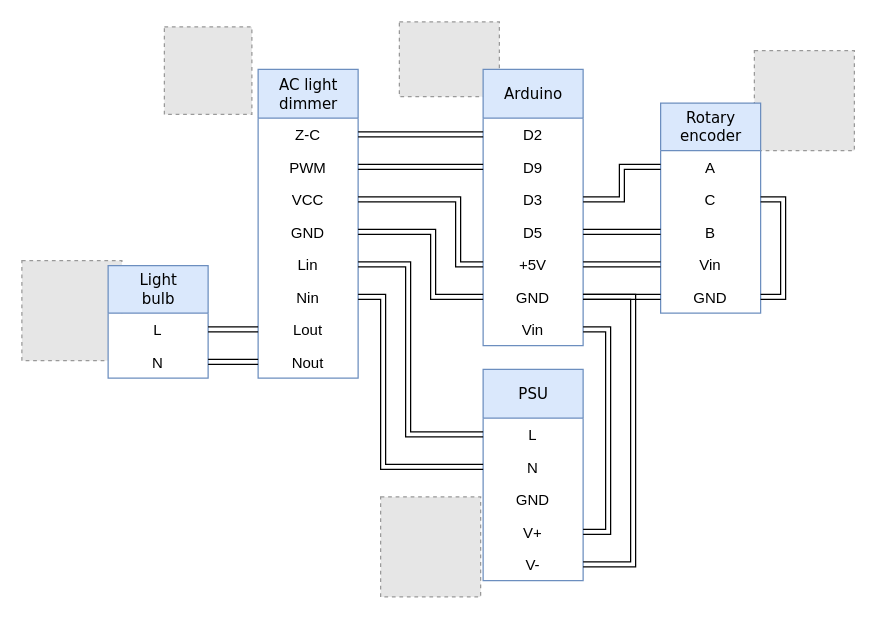
flboudoire/MFC-control keeps this draw.io diagram as circuit.drawio. Above is the earlier version. Source tidied: cells renumbered, new cells numbered last; positions are measured from the earlier drawing's top-left corner, leaving out a move shared by most shapes. Both pictures are drawn from the tidied source at 125%, with x=0, y=0 at pixel (21, 21). Pictures stored in the file or linked from it are replaced by grey dashed boxes.
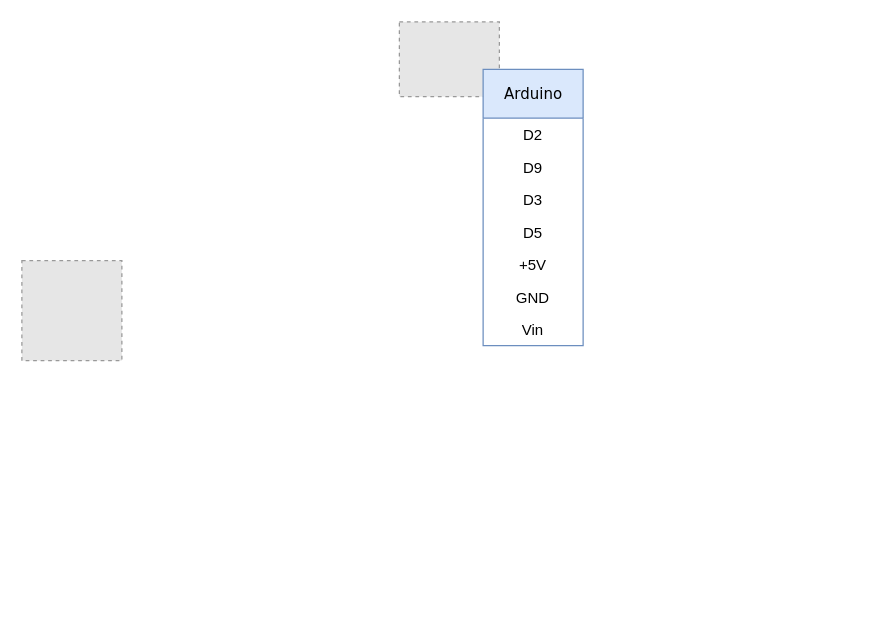
Above is the later version.

Unchanged cells that the change refers to:
```xml
<mxCell id="23" value="D2" style="text;html=1;strokeColor=none;fillColor=none;spacingLeft=4;spacingRight=4;whiteSpace=wrap;overflow=hidden;points=[[0,0.5],[1,0.5]];portConstraint=eastwest;align=center;" parent="22" vertex="1">
  <mxGeometry y="39" width="80" height="26" as="geometry" />
</mxCell>
<mxCell id="24" value="D9" style="text;html=1;strokeColor=none;fillColor=none;spacingLeft=4;spacingRight=4;whiteSpace=wrap;overflow=hidden;points=[[0,0.5],[1,0.5]];portConstraint=eastwest;align=center;" parent="22" vertex="1">
  <mxGeometry y="65" width="80" height="26" as="geometry" />
</mxCell>
<mxCell id="25" value="D3" style="text;html=1;strokeColor=none;fillColor=none;spacingLeft=4;spacingRight=4;whiteSpace=wrap;overflow=hidden;points=[[0,0.5],[1,0.5]];portConstraint=eastwest;align=center;" parent="22" vertex="1">
  <mxGeometry y="91" width="80" height="26" as="geometry" />
</mxCell>
<mxCell id="26" value="D5" style="text;html=1;strokeColor=none;fillColor=none;spacingLeft=4;spacingRight=4;whiteSpace=wrap;overflow=hidden;points=[[0,0.5],[1,0.5]];portConstraint=eastwest;align=center;" parent="22" vertex="1">
  <mxGeometry y="117" width="80" height="26" as="geometry" />
</mxCell>
<mxCell id="27" value="+5V" style="text;html=1;strokeColor=none;fillColor=none;spacingLeft=4;spacingRight=4;whiteSpace=wrap;overflow=hidden;points=[[0,0.5],[1,0.5]];portConstraint=eastwest;align=center;" parent="22" vertex="1">
  <mxGeometry y="143" width="80" height="26" as="geometry" />
</mxCell>
<mxCell id="28" value="GND" style="text;html=1;strokeColor=none;fillColor=none;spacingLeft=4;spacingRight=4;whiteSpace=wrap;overflow=hidden;points=[[0,0.5],[1,0.5]];portConstraint=eastwest;align=center;" parent="22" vertex="1">
  <mxGeometry y="169" width="80" height="26" as="geometry" />
</mxCell>
<mxCell id="29" value="Vin" style="text;html=1;strokeColor=none;fillColor=none;spacingLeft=4;spacingRight=4;whiteSpace=wrap;overflow=hidden;points=[[0,0.5],[1,0.5]];portConstraint=eastwest;align=center;" parent="22" vertex="1">
  <mxGeometry y="195" width="80" height="26" as="geometry" />
</mxCell>
```

Diff of the diagram source:
```diff
@@
-    <mxCell id="2" style="fillColor=#E6E6E6;strokeColor=#999999;dashed=1;verticalLabelPosition=bottom;labelBackgroundColor=#ffffff;verticalAlign=top;" parent="1" vertex="1">
-      <mxGeometry x="114" y="4" width="70" height="70" as="geometry" />
-    </mxCell>
-    <mxCell id="3" style="fillColor=#E6E6E6;strokeColor=#999999;dashed=1;verticalLabelPosition=bottom;labelBackgroundColor=#ffffff;verticalAlign=top;" parent="1" vertex="1">
-      <mxGeometry x="287" y="380" width="80" height="80" as="geometry" />
-    </mxCell>
-    <mxCell id="4" style="fillColor=#E6E6E6;strokeColor=#999999;dashed=1;verticalLabelPosition=bottom;labelBackgroundColor=#ffffff;verticalAlign=top;" parent="1" vertex="1">
-      <mxGeometry x="586" y="23" width="80" height="80" as="geometry" />
-    </mxCell>
@@
-    <mxCell id="7" value="&lt;div&gt;AC light&lt;/div&gt;&lt;div&gt;dimmer&lt;/div&gt;" style="swimlane;html=1;fontStyle=0;horizontal=1;startSize=39;fillColor=#dae8fc;swimlaneFillColor=#FFFFFF;align=center;rounded=0;shadow=0;comic=0;labelBackgroundColor=none;strokeColor=#6c8ebf;strokeWidth=1;fontFamily=Verdana;fontSize=12;glass=0;fixDash=0;" parent="1" vertex="1">
-      <mxGeometry x="189" y="38" width="80" height="247" as="geometry" />
-    </mxCell>
-    <mxCell id="8" value="Z-C" style="text;html=1;strokeColor=none;fillColor=none;spacingLeft=4;spacingRight=4;whiteSpace=wrap;overflow=hidden;points=[[0,0.5],[1,0.5]];portConstraint=eastwest;align=center;" parent="7" vertex="1">
-      <mxGeometry y="39" width="80" height="26" as="geometry" />
-    </mxCell>
-    <mxCell id="9" value="PWM" style="text;html=1;strokeColor=none;fillColor=none;spacingLeft=4;spacingRight=4;whiteSpace=wrap;overflow=hidden;points=[[0,0.5],[1,0.5]];portConstraint=eastwest;align=center;" parent="7" vertex="1">
-      <mxGeometry y="65" width="80" height="26" as="geometry" />
-    </mxCell>
-    <mxCell id="10" value="VCC" style="text;html=1;strokeColor=none;fillColor=none;spacingLeft=4;spacingRight=4;whiteSpace=wrap;overflow=hidden;points=[[0,0.5],[1,0.5]];portConstraint=eastwest;align=center;" parent="7" vertex="1">
-      <mxGeometry y="91" width="80" height="26" as="geometry" />
-    </mxCell>
-    <mxCell id="11" value="GND" style="text;html=1;strokeColor=none;fillColor=none;spacingLeft=4;spacingRight=4;whiteSpace=wrap;overflow=hidden;points=[[0,0.5],[1,0.5]];portConstraint=eastwest;align=center;" parent="7" vertex="1">
-      <mxGeometry y="117" width="80" height="26" as="geometry" />
-    </mxCell>
-    <mxCell id="12" value="Lin" style="text;html=1;strokeColor=none;fillColor=none;spacingLeft=4;spacingRight=4;whiteSpace=wrap;overflow=hidden;points=[[0,0.5],[1,0.5]];portConstraint=eastwest;align=center;" parent="7" vertex="1">
-      <mxGeometry y="143" width="80" height="26" as="geometry" />
-    </mxCell>
-    <mxCell id="13" value="Nin" style="text;html=1;strokeColor=none;fillColor=none;spacingLeft=4;spacingRight=4;whiteSpace=wrap;overflow=hidden;points=[[0,0.5],[1,0.5]];portConstraint=eastwest;align=center;" parent="7" vertex="1">
-      <mxGeometry y="169" width="80" height="26" as="geometry" />
-    </mxCell>
-    <mxCell id="14" value="&lt;div&gt;Lout&lt;/div&gt;" style="text;html=1;strokeColor=none;fillColor=none;spacingLeft=4;spacingRight=4;whiteSpace=wrap;overflow=hidden;points=[[0,0.5],[1,0.5]];portConstraint=eastwest;align=center;" parent="7" vertex="1">
-      <mxGeometry y="195" width="80" height="26" as="geometry" />
-    </mxCell>
-    <mxCell id="15" value="Nout" style="text;html=1;strokeColor=none;fillColor=none;spacingLeft=4;spacingRight=4;whiteSpace=wrap;overflow=hidden;points=[[0,0.5],[1,0.5]];portConstraint=eastwest;align=center;" parent="7" vertex="1">
-      <mxGeometry y="221" width="80" height="26" as="geometry" />
-    </mxCell>
-    <mxCell id="16" value="PSU" style="swimlane;html=1;fontStyle=0;horizontal=1;startSize=39;fillColor=#dae8fc;swimlaneFillColor=#ffffff;align=center;rounded=0;shadow=0;comic=0;labelBackgroundColor=none;strokeColor=#6c8ebf;strokeWidth=1;fontFamily=Verdana;fontSize=12;glass=0;fixDash=0;" parent="1" vertex="1">
-      <mxGeometry x="369" y="278" width="80" height="169" as="geometry" />
-    </mxCell>
-    <mxCell id="17" value="L" style="text;html=1;strokeColor=none;fillColor=none;spacingLeft=4;spacingRight=4;whiteSpace=wrap;overflow=hidden;points=[[0,0.5],[1,0.5]];portConstraint=eastwest;align=center;" parent="16" vertex="1">
-      <mxGeometry y="39" width="80" height="26" as="geometry" />
-    </mxCell>
-    <mxCell id="18" value="N" style="text;html=1;strokeColor=none;fillColor=none;spacingLeft=4;spacingRight=4;whiteSpace=wrap;overflow=hidden;points=[[0,0.5],[1,0.5]];portConstraint=eastwest;align=center;" parent="16" vertex="1">
-      <mxGeometry y="65" width="80" height="26" as="geometry" />
-    </mxCell>
-    <mxCell id="19" value="GND" style="text;html=1;strokeColor=none;fillColor=none;spacingLeft=4;spacingRight=4;whiteSpace=wrap;overflow=hidden;align=center;" parent="16" vertex="1">
-      <mxGeometry y="91" width="80" height="26" as="geometry" />
-    </mxCell>
-    <mxCell id="20" value="V+" style="text;html=1;strokeColor=none;fillColor=none;spacingLeft=4;spacingRight=4;whiteSpace=wrap;overflow=hidden;points=[[0,0.5],[1,0.5]];portConstraint=eastwest;align=center;" parent="16" vertex="1">
-      <mxGeometry y="117" width="80" height="26" as="geometry" />
-    </mxCell>
-    <mxCell id="21" value="V-" style="text;html=1;strokeColor=none;fillColor=none;spacingLeft=4;spacingRight=4;whiteSpace=wrap;overflow=hidden;points=[[0,0.5],[1,0.5]];portConstraint=eastwest;align=center;" parent="16" vertex="1">
-      <mxGeometry y="143" width="80" height="26" as="geometry" />
-    </mxCell>
@@
-    <mxCell id="30" style="edgeStyle=elbowEdgeStyle;shape=link;rounded=0;comic=0;jettySize=auto;html=1;exitX=0;exitY=0.5;exitDx=0;exitDy=0;entryX=1;entryY=0.5;entryDx=0;entryDy=0;" parent="1" edge="1" source="17" target="12">
-      <mxGeometry relative="1" as="geometry">
-        <Array as="points">
-          <mxPoint x="309" y="298" />
-        </Array>
-      </mxGeometry>
-    </mxCell>
-    <mxCell id="31" style="edgeStyle=elbowEdgeStyle;shape=link;rounded=0;comic=0;jettySize=auto;html=1;exitX=0;exitY=0.5;exitDx=0;exitDy=0;entryX=1;entryY=0.5;entryDx=0;entryDy=0;" parent="1" edge="1" source="18" target="13">
-      <mxGeometry relative="1" as="geometry">
-        <Array as="points">
-          <mxPoint x="289" y="318" />
-          <mxPoint x="339" y="168" />
-        </Array>
-      </mxGeometry>
-    </mxCell>
-    <mxCell id="32" value="&lt;div&gt;Light&lt;/div&gt;&lt;div&gt;bulb&lt;br&gt;&lt;/div&gt;" style="swimlane;html=1;fontStyle=0;horizontal=1;startSize=38;fillColor=#dae8fc;swimlaneFillColor=#ffffff;align=center;rounded=0;shadow=0;comic=0;labelBackgroundColor=none;strokeColor=#6c8ebf;strokeWidth=1;fontFamily=Verdana;fontSize=12;glass=0;fixDash=0;" parent="1" vertex="1">
-      <mxGeometry x="69" y="195" width="80" height="90" as="geometry" />
-    </mxCell>
-    <mxCell id="33" value="L" style="text;html=1;strokeColor=none;fillColor=none;spacingLeft=4;spacingRight=4;whiteSpace=wrap;overflow=hidden;points=[[0,0.5],[1,0.5]];portConstraint=eastwest;align=center;" parent="32" vertex="1">
-      <mxGeometry y="38" width="80" height="26" as="geometry" />
-    </mxCell>
-    <mxCell id="34" value="N" style="text;html=1;strokeColor=none;fillColor=none;spacingLeft=4;spacingRight=4;whiteSpace=wrap;overflow=hidden;points=[[0,0.5],[1,0.5]];portConstraint=eastwest;align=center;" parent="32" vertex="1">
-      <mxGeometry y="64" width="80" height="26" as="geometry" />
-    </mxCell>
-    <mxCell id="35" style="edgeStyle=elbowEdgeStyle;shape=link;rounded=0;comic=0;jettySize=auto;html=1;exitX=1;exitY=0.5;exitDx=0;exitDy=0;entryX=0;entryY=0.5;entryDx=0;entryDy=0;" parent="1" edge="1" source="33" target="14">
-      <mxGeometry relative="1" as="geometry" />
-    </mxCell>
-    <mxCell id="36" style="edgeStyle=elbowEdgeStyle;shape=link;rounded=0;comic=0;jettySize=auto;html=1;exitX=1;exitY=0.5;exitDx=0;exitDy=0;entryX=0;entryY=0.5;entryDx=0;entryDy=0;" parent="1" edge="1" source="34" target="15">
-      <mxGeometry relative="1" as="geometry" />
-    </mxCell>
-    <mxCell id="37" value="&lt;div&gt;Rotary&lt;/div&gt;&lt;div&gt;encoder&lt;br&gt;&lt;/div&gt;" style="swimlane;html=1;fontStyle=0;horizontal=1;startSize=38;fillColor=#dae8fc;swimlaneFillColor=#ffffff;align=center;rounded=0;shadow=0;comic=0;labelBackgroundColor=none;strokeColor=#6c8ebf;strokeWidth=1;fontFamily=Verdana;fontSize=12;glass=0;fixDash=0;backgroundOutline=0;" parent="1" vertex="1">
-      <mxGeometry x="511" y="65" width="80" height="168" as="geometry" />
-    </mxCell>
-    <mxCell id="38" value="A" style="text;html=1;strokeColor=none;fillColor=none;spacingLeft=4;spacingRight=4;whiteSpace=wrap;overflow=hidden;points=[[0,0.5],[1,0.5]];portConstraint=eastwest;align=center;" parent="37" vertex="1">
-      <mxGeometry y="38" width="80" height="26" as="geometry" />
-    </mxCell>
-    <mxCell id="39" style="edgeStyle=elbowEdgeStyle;shape=link;rounded=0;comic=0;jettySize=auto;html=1;exitX=1;exitY=0.5;exitDx=0;exitDy=0;entryX=1;entryY=0.5;entryDx=0;entryDy=0;" parent="37" edge="1" source="40" target="43">
-      <mxGeometry relative="1" as="geometry">
-        <Array as="points">
-          <mxPoint x="98" y="103" />
-        </Array>
-      </mxGeometry>
-    </mxCell>
-    <mxCell id="40" value="C" style="text;html=1;strokeColor=none;fillColor=none;spacingLeft=4;spacingRight=4;whiteSpace=wrap;overflow=hidden;points=[[0,0.5],[1,0.5]];portConstraint=eastwest;align=center;" parent="37" vertex="1">
-      <mxGeometry y="64" width="80" height="26" as="geometry" />
-    </mxCell>
-    <mxCell id="41" value="B" style="text;html=1;strokeColor=none;fillColor=none;spacingLeft=4;spacingRight=4;whiteSpace=wrap;overflow=hidden;points=[[0,0.5],[1,0.5]];portConstraint=eastwest;align=center;" parent="37" vertex="1">
-      <mxGeometry y="90" width="80" height="26" as="geometry" />
-    </mxCell>
-    <mxCell id="42" value="Vin" style="text;html=1;strokeColor=none;fillColor=none;spacingLeft=4;spacingRight=4;whiteSpace=wrap;overflow=hidden;points=[[0,0.5],[1,0.5]];portConstraint=eastwest;align=center;" parent="37" vertex="1">
-      <mxGeometry y="116" width="80" height="26" as="geometry" />
-    </mxCell>
-    <mxCell id="43" value="GND" style="text;html=1;strokeColor=none;fillColor=none;spacingLeft=4;spacingRight=4;whiteSpace=wrap;overflow=hidden;points=[[0,0.5],[1,0.5]];portConstraint=eastwest;align=center;" parent="37" vertex="1">
-      <mxGeometry y="142" width="80" height="26" as="geometry" />
-    </mxCell>
-    <mxCell id="44" style="edgeStyle=elbowEdgeStyle;shape=link;rounded=0;comic=0;jettySize=auto;html=1;exitX=1;exitY=0.5;exitDx=0;exitDy=0;entryX=0;entryY=0.5;entryDx=0;entryDy=0;shadow=0;strokeColor=#000000;" parent="1" edge="1" source="8" target="23">
-      <mxGeometry relative="1" as="geometry" />
-    </mxCell>
-    <mxCell id="45" style="edgeStyle=elbowEdgeStyle;shape=link;rounded=0;comic=0;jettySize=auto;html=1;exitX=1;exitY=0.5;exitDx=0;exitDy=0;entryX=0;entryY=0.5;entryDx=0;entryDy=0;shadow=0;strokeColor=#000000;" parent="1" edge="1" source="9" target="24">
-      <mxGeometry relative="1" as="geometry" />
-    </mxCell>
-    <mxCell id="46" style="edgeStyle=elbowEdgeStyle;shape=link;rounded=0;comic=0;jettySize=auto;html=1;exitX=1;exitY=0.5;exitDx=0;exitDy=0;entryX=0;entryY=0.5;entryDx=0;entryDy=0;shadow=0;strokeColor=#000000;" parent="1" edge="1" source="10" target="27">
-      <mxGeometry relative="1" as="geometry">
-        <Array as="points">
-          <mxPoint x="349" y="178" />
-        </Array>
-      </mxGeometry>
-    </mxCell>
-    <mxCell id="47" style="edgeStyle=elbowEdgeStyle;shape=link;rounded=0;comic=0;jettySize=auto;html=1;exitX=1;exitY=0.5;exitDx=0;exitDy=0;entryX=0;entryY=0.5;entryDx=0;entryDy=0;shadow=0;strokeColor=#000000;" parent="1" edge="1" source="11" target="28">
-      <mxGeometry relative="1" as="geometry">
-        <Array as="points">
-          <mxPoint x="329" y="188" />
-        </Array>
-      </mxGeometry>
-    </mxCell>
-    <mxCell id="48" style="edgeStyle=elbowEdgeStyle;shape=link;rounded=0;comic=0;jettySize=auto;html=1;exitX=1;exitY=0.5;exitDx=0;exitDy=0;entryX=0;entryY=0.5;entryDx=0;entryDy=0;shadow=0;strokeColor=#000000;" parent="1" edge="1" source="25" target="38">
-      <mxGeometry relative="1" as="geometry" />
-    </mxCell>
-    <mxCell id="49" style="edgeStyle=elbowEdgeStyle;shape=link;rounded=0;comic=0;jettySize=auto;html=1;exitX=1;exitY=0.5;exitDx=0;exitDy=0;entryX=0;entryY=0.5;entryDx=0;entryDy=0;shadow=0;strokeColor=#000000;" parent="1" edge="1" source="26" target="41">
-      <mxGeometry relative="1" as="geometry" />
-    </mxCell>
-    <mxCell id="50" style="edgeStyle=elbowEdgeStyle;shape=link;rounded=0;comic=0;jettySize=auto;html=1;exitX=0;exitY=0.5;exitDx=0;exitDy=0;entryX=1;entryY=0.5;entryDx=0;entryDy=0;shadow=0;strokeColor=#000000;" parent="1" edge="1" source="43" target="28">
-      <mxGeometry relative="1" as="geometry" />
-    </mxCell>
-    <mxCell id="51" style="edgeStyle=elbowEdgeStyle;shape=link;rounded=0;comic=0;jettySize=auto;html=1;exitX=1;exitY=0.5;exitDx=0;exitDy=0;shadow=0;strokeColor=#000000;entryX=1;entryY=0.5;entryDx=0;entryDy=0;" parent="1" edge="1" source="20" target="29">
-      <mxGeometry relative="1" as="geometry">
-        <Array as="points">
-          <mxPoint x="469" y="368" />
-          <mxPoint x="479" y="318" />
-        </Array>
-      </mxGeometry>
-    </mxCell>
-    <mxCell id="52" style="edgeStyle=elbowEdgeStyle;shape=link;rounded=0;comic=0;jettySize=auto;html=1;exitX=1;exitY=0.5;exitDx=0;exitDy=0;entryX=1;entryY=0.5;entryDx=0;entryDy=0;shadow=0;strokeColor=#000000;" parent="1" edge="1" source="21" target="28">
-      <mxGeometry relative="1" as="geometry">
-        <Array as="points">
-          <mxPoint x="489" y="338" />
-        </Array>
-      </mxGeometry>
-    </mxCell>
-    <mxCell id="53" style="edgeStyle=elbowEdgeStyle;shape=link;rounded=0;comic=0;jettySize=auto;html=1;exitX=1;exitY=0.5;exitDx=0;exitDy=0;entryX=0;entryY=0.5;entryDx=0;entryDy=0;shadow=0;strokeColor=#000000;" parent="1" edge="1" source="27" target="42">
-      <mxGeometry relative="1" as="geometry" />
-    </mxCell>
```
